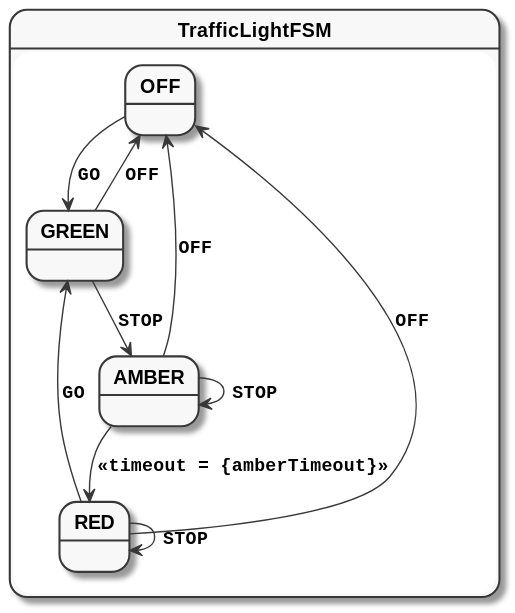
Above: traffic-light-simple.svg in open-jumpco/kfsm-android-compose-traffic (PlantUML), before the change.
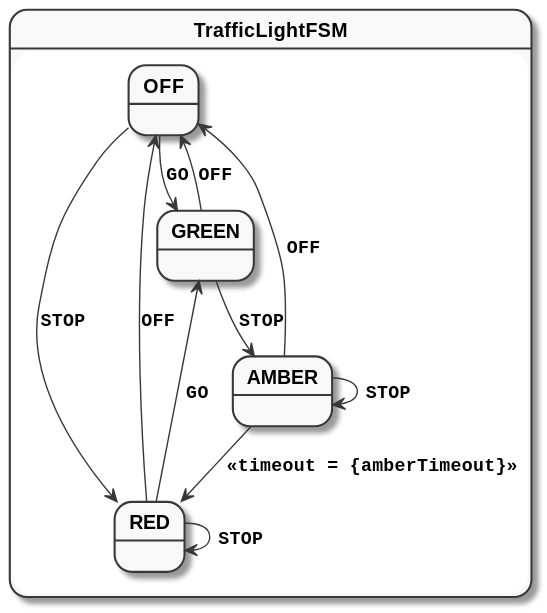
The same file after the commit.

Diff of the diagram source:
```diff
@@ -9,6 +9,7 @@
 }
 state TrafficLightFSM {
 OFF --> GREEN : GO
+OFF --> RED : STOP
 RED --> GREEN : GO
 RED --> RED : STOP
 RED --> OFF : OFF
```
